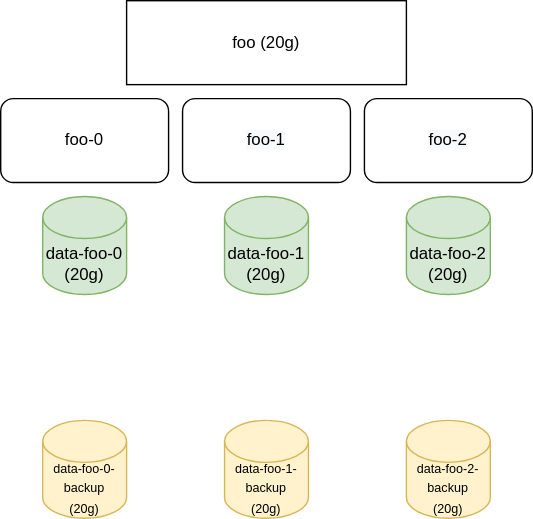
This is doc/scale-up.drawio.svg from vshn/statefulset-resize-controller, a draw.io export, as it was before one commit. Source tidied: cells renumbered, new cells last; positions are measured from the earlier drawing's top-left corner, leaving out a move shared by most shapes.
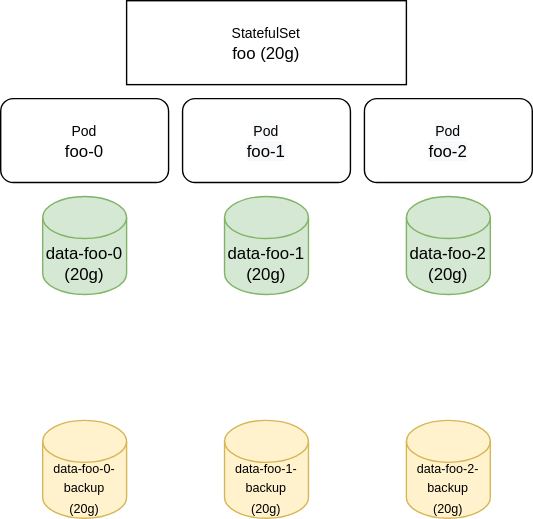
The same diagram one commit later.

Change to the diagram source:
```diff
@@ -11,7 +11,7 @@
     <mxCell id="4" value="&lt;font face=&quot;helvetica&quot;&gt;data-foo-2&lt;br&gt;(20g)&lt;br&gt;&lt;/font&gt;" style="shape=cylinder3;whiteSpace=wrap;html=1;boundedLbl=1;backgroundOutline=1;size=15;fillColor=#d5e8d4;strokeColor=#82b366;" parent="1" vertex="1">
       <mxGeometry x="290" y="140" width="60" height="70" as="geometry" />
     </mxCell>
-    <mxCell id="5" value="foo (20g)" style="rounded=0;whiteSpace=wrap;html=1;" parent="1" vertex="1">
+    <mxCell id="5" value="&lt;font style=&quot;font-size: 10px&quot;&gt;StatefulSet&lt;/font&gt;&lt;br&gt;foo (20g)" style="rounded=0;whiteSpace=wrap;html=1;" parent="1" vertex="1">
       <mxGeometry x="90" width="200" height="60" as="geometry" />
     </mxCell>
     <mxCell id="6" value="&lt;font style=&quot;font-size: 9px&quot;&gt;&lt;font style=&quot;font-size: 9px&quot;&gt;data-foo-0-backup&lt;br&gt;&lt;/font&gt;(&lt;font style=&quot;font-size: 9px&quot;&gt;20g&lt;/font&gt;)&lt;/font&gt;" style="shape=cylinder3;whiteSpace=wrap;html=1;boundedLbl=1;backgroundOutline=1;size=15;fillColor=#fff2cc;strokeColor=#d6b656;" parent="1" vertex="1">
@@ -23,13 +23,13 @@
     <mxCell id="8" value="&lt;font style=&quot;font-size: 9px&quot;&gt;&lt;font style=&quot;font-size: 9px&quot;&gt;data-foo-2-backup&lt;br&gt;&lt;/font&gt;(20g)&lt;/font&gt;" style="shape=cylinder3;whiteSpace=wrap;html=1;boundedLbl=1;backgroundOutline=1;size=15;fillColor=#fff2cc;strokeColor=#d6b656;" parent="1" vertex="1">
       <mxGeometry x="290" y="300" width="60" height="70" as="geometry" />
     </mxCell>
-    <mxCell id="9" value="foo-0" style="rounded=1;whiteSpace=wrap;html=1;" parent="1" vertex="1">
+    <mxCell id="9" value="&lt;span style=&quot;font-size: 10px&quot;&gt;Pod&lt;br&gt;&lt;/span&gt;foo-0" style="rounded=1;whiteSpace=wrap;html=1;" parent="1" vertex="1">
       <mxGeometry y="70" width="120" height="60" as="geometry" />
     </mxCell>
-    <mxCell id="10" value="&lt;span style=&quot;color: rgb(0 , 0 , 0) ; font-family: &amp;#34;helvetica&amp;#34; ; font-size: 12px ; font-style: normal ; font-weight: 400 ; letter-spacing: normal ; text-align: center ; text-indent: 0px ; text-transform: none ; word-spacing: 0px ; background-color: rgb(248 , 249 , 250) ; display: inline ; float: none&quot;&gt;foo-1&lt;/span&gt;" style="rounded=1;whiteSpace=wrap;html=1;" parent="1" vertex="1">
+    <mxCell id="10" value="&lt;span style=&quot;color: rgb(0 , 0 , 0) ; font-family: &amp;#34;helvetica&amp;#34; ; font-style: normal ; font-weight: 400 ; letter-spacing: normal ; text-align: center ; text-indent: 0px ; text-transform: none ; word-spacing: 0px ; background-color: rgb(248 , 249 , 250) ; display: inline ; float: none&quot;&gt;&lt;span style=&quot;font-size: 10px&quot;&gt;Pod&lt;br&gt;&lt;/span&gt;foo-1&lt;/span&gt;" style="rounded=1;whiteSpace=wrap;html=1;" parent="1" vertex="1">
       <mxGeometry x="130" y="70" width="120" height="60" as="geometry" />
     </mxCell>
-    <mxCell id="11" value="&lt;span style=&quot;color: rgb(0 , 0 , 0) ; font-family: &amp;#34;helvetica&amp;#34; ; font-size: 12px ; font-style: normal ; font-weight: 400 ; letter-spacing: normal ; text-align: center ; text-indent: 0px ; text-transform: none ; word-spacing: 0px ; background-color: rgb(248 , 249 , 250) ; display: inline ; float: none&quot;&gt;foo-2&lt;br&gt;&lt;/span&gt;" style="rounded=1;whiteSpace=wrap;html=1;" parent="1" vertex="1">
+    <mxCell id="11" value="&lt;span style=&quot;color: rgb(0 , 0 , 0) ; font-family: &amp;#34;helvetica&amp;#34; ; font-style: normal ; font-weight: 400 ; letter-spacing: normal ; text-align: center ; text-indent: 0px ; text-transform: none ; word-spacing: 0px ; background-color: rgb(248 , 249 , 250) ; display: inline ; float: none&quot;&gt;&lt;span style=&quot;font-size: 10px&quot;&gt;Pod&lt;br&gt;&lt;/span&gt;foo-2&lt;br&gt;&lt;/span&gt;" style="rounded=1;whiteSpace=wrap;html=1;" parent="1" vertex="1">
       <mxGeometry x="260" y="70" width="120" height="60" as="geometry" />
     </mxCell>
   </root>
```
